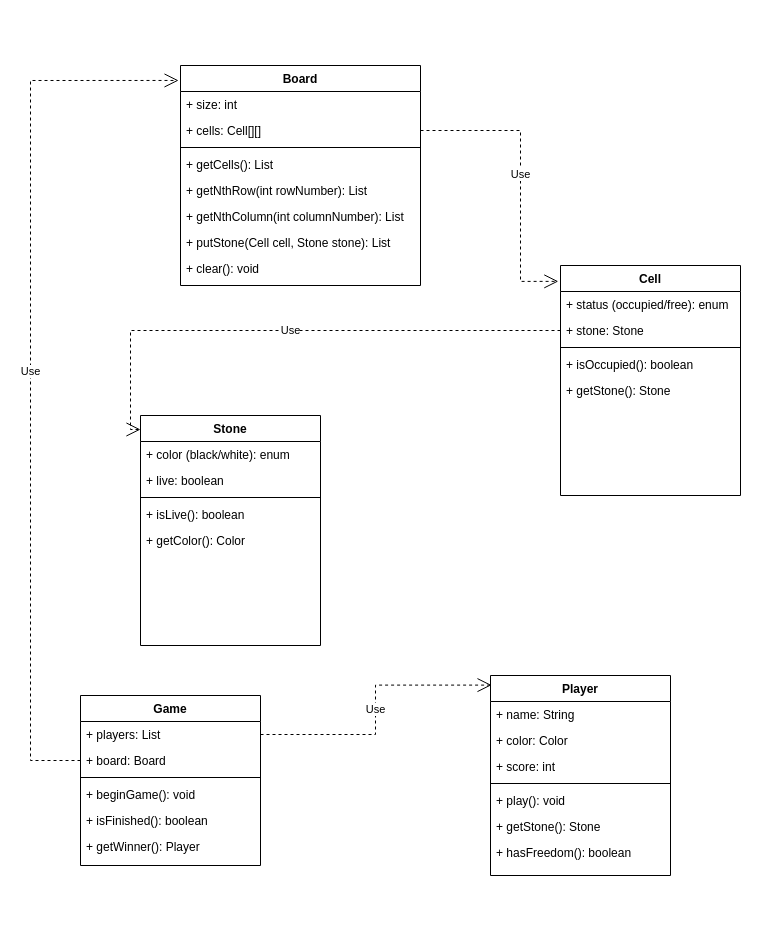
Earlier version of the draw.io diagram class_diagram.drawio (peiva-git/SDM_project). Source tidied: cells renumbered, new cells numbered last; positions are measured from the earlier drawing's top-left corner, leaving out a move shared by most shapes. Both pictures are drawn from the tidied source at 100%, with x=0, y=0 at pixel (30, 65).
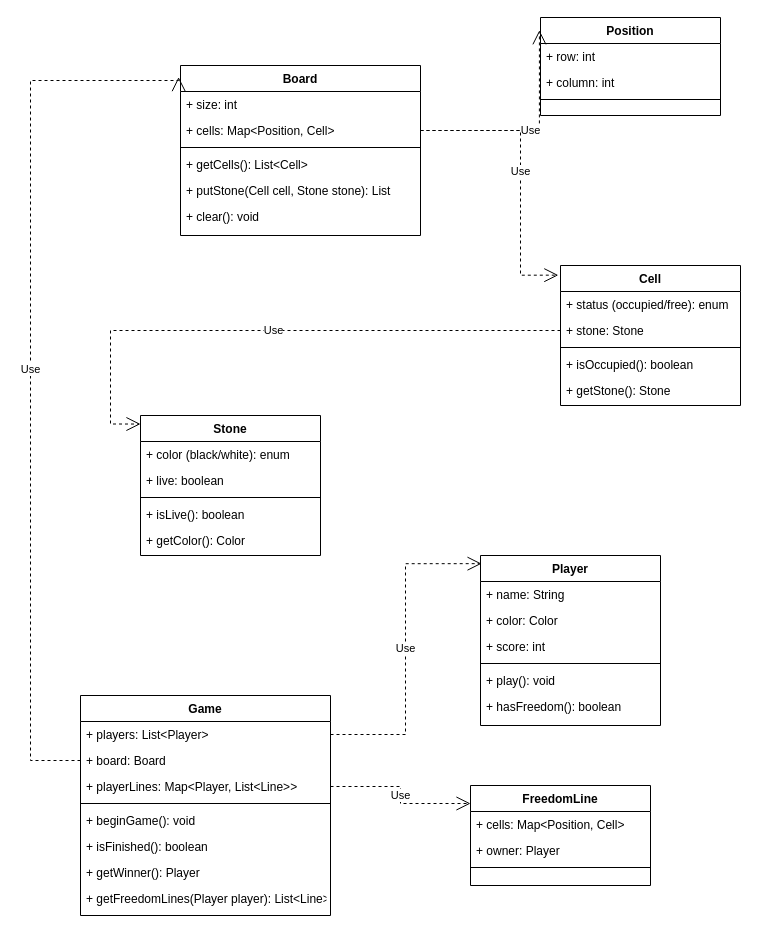
The same diagram, later.

Commit message:
Final preliminary class diagram

The change refers to these unchanged cells:
```xml
<mxCell id="13" value="+ stone: Stone" style="text;align=left;verticalAlign=top;spacingLeft=4;spacingRight=4;overflow=hidden;points=[[0,0.5],[1,0.5]];portConstraint=eastwest;" parent="11" vertex="1">
  <mxGeometry y="52" width="180" height="26" as="geometry" />
</mxCell>
```

The edit, as a diff of the source:
```diff
@@
     <mxCell id="2" value="Board" style="swimlane;fontStyle=1;align=center;verticalAlign=top;horizontal=1;startSize=26;rounded=0;shadow=0;strokeWidth=1;" parent="1" vertex="1">
-      <mxGeometry x="150" width="240" height="220" as="geometry" />
+      <mxGeometry x="150" width="240" height="170" as="geometry" />
     </mxCell>
@@
-    <mxCell id="4" value="+ cells: Cell[][]" style="text;align=left;verticalAlign=top;spacingLeft=4;spacingRight=4;overflow=hidden;points=[[0,0.5],[1,0.5]];portConstraint=eastwest;rounded=0;shadow=0;html=0;" parent="2" vertex="1">
+    <mxCell id="4" value="+ cells: Map&lt;Position, Cell&gt;" style="text;align=left;verticalAlign=top;spacingLeft=4;spacingRight=4;overflow=hidden;points=[[0,0.5],[1,0.5]];portConstraint=eastwest;rounded=0;shadow=0;html=0;" parent="2" vertex="1">
       <mxGeometry y="52" width="240" height="26" as="geometry" />
     </mxCell>
@@
-    <mxCell id="6" value="+ getCells(): List" style="text;align=left;verticalAlign=top;spacingLeft=4;spacingRight=4;overflow=hidden;" parent="2" vertex="1">
+    <mxCell id="6" value="+ getCells(): List&lt;Cell&gt;" style="text;align=left;verticalAlign=top;spacingLeft=4;spacingRight=4;overflow=hidden;" parent="2" vertex="1">
       <mxGeometry y="86" width="240" height="26" as="geometry" />
     </mxCell>
-    <mxCell id="7" value="+ getNthRow(int rowNumber): List" style="text;align=left;verticalAlign=top;spacingLeft=4;spacingRight=4;overflow=hidden;" parent="2" vertex="1">
-      <mxGeometry y="112" width="240" height="26" as="geometry" />
-    </mxCell>
-    <mxCell id="8" value="+ getNthColumn(int columnNumber): List" style="text;align=left;verticalAlign=top;spacingLeft=4;spacingRight=4;overflow=hidden;" parent="2" vertex="1">
-      <mxGeometry y="138" width="240" height="26" as="geometry" />
-    </mxCell>
     <mxCell id="9" value="+ putStone(Cell cell, Stone stone): List" style="text;align=left;verticalAlign=top;spacingLeft=4;spacingRight=4;overflow=hidden;" parent="2" vertex="1">
-      <mxGeometry y="164" width="240" height="26" as="geometry" />
+      <mxGeometry y="112" width="240" height="26" as="geometry" />
     </mxCell>
     <mxCell id="10" value="+ clear(): void" style="text;align=left;verticalAlign=top;spacingLeft=4;spacingRight=4;overflow=hidden;" parent="2" vertex="1">
-      <mxGeometry y="190" width="240" height="26" as="geometry" />
+      <mxGeometry y="138" width="240" height="26" as="geometry" />
     </mxCell>
     <mxCell id="11" value="Cell" style="swimlane;fontStyle=1;align=center;verticalAlign=top;horizontal=1;startSize=26;rounded=0;shadow=0;strokeWidth=1;" parent="1" vertex="1">
-      <mxGeometry x="530" y="200" width="180" height="230" as="geometry" />
+      <mxGeometry x="530" y="200" width="180" height="140" as="geometry" />
     </mxCell>
@@
     <mxCell id="17" value="Use" style="endArrow=open;endSize=12;dashed=1;html=1;rounded=0;exitX=1;exitY=0.5;exitDx=0;exitDy=0;entryX=-0.012;entryY=0.069;entryDx=0;entryDy=0;entryPerimeter=0;edgeStyle=orthogonalEdgeStyle;" parent="1" edge="1" source="4" target="11">
       <mxGeometry relative="1" as="geometry">
         <Array as="points">
           <mxPoint x="490" y="65" />
-          <mxPoint x="490" y="216" />
+          <mxPoint x="490" y="210" />
         </Array>
       </mxGeometry>
     </mxCell>
     <mxCell id="18" value="Use" style="endArrow=open;endSize=12;dashed=1;html=1;rounded=0;exitX=0;exitY=0.5;exitDx=0;exitDy=0;edgeStyle=orthogonalEdgeStyle;entryX=0;entryY=0.061;entryDx=0;entryDy=0;entryPerimeter=0;" parent="1" edge="1" source="13" target="19">
-      <mxGeometry relative="1" as="geometry" />
+      <mxGeometry relative="1" as="geometry">
+        <Array as="points">
+          <mxPoint x="80" y="265" />
+          <mxPoint x="80" y="359" />
+        </Array>
+      </mxGeometry>
     </mxCell>
     <mxCell id="19" value="Stone" style="swimlane;fontStyle=1;align=center;verticalAlign=top;horizontal=1;startSize=26;rounded=0;shadow=0;strokeWidth=1;" parent="1" vertex="1">
-      <mxGeometry x="110" y="350" width="180" height="230" as="geometry" />
+      <mxGeometry x="110" y="350" width="180" height="140" as="geometry" />
     </mxCell>
@@
     <mxCell id="25" value="Player" style="swimlane;fontStyle=1;align=center;verticalAlign=top;horizontal=1;startSize=26;rounded=0;shadow=0;strokeWidth=1;" parent="1" vertex="1">
-      <mxGeometry x="460" y="610" width="180" height="200" as="geometry" />
+      <mxGeometry x="450" y="490" width="180" height="170" as="geometry" />
     </mxCell>
@@
-    <mxCell id="31" value="+ getStone(): Stone" style="text;align=left;verticalAlign=top;spacingLeft=4;spacingRight=4;overflow=hidden;" parent="25" vertex="1">
-      <mxGeometry y="138" width="180" height="26" as="geometry" />
-    </mxCell>
     <mxCell id="32" value="+ hasFreedom(): boolean" style="text;align=left;verticalAlign=top;spacingLeft=4;spacingRight=4;overflow=hidden;" parent="25" vertex="1">
-      <mxGeometry y="164" width="180" height="26" as="geometry" />
+      <mxGeometry y="138" width="180" height="26" as="geometry" />
     </mxCell>
     <mxCell id="33" value="Game" style="swimlane;fontStyle=1;align=center;verticalAlign=top;horizontal=1;startSize=26;rounded=0;shadow=0;strokeWidth=1;" parent="1" vertex="1">
-      <mxGeometry x="50" y="630" width="180" height="170" as="geometry" />
+      <mxGeometry x="50" y="630" width="250" height="220" as="geometry" />
     </mxCell>
-    <mxCell id="34" value="+ players: List" style="text;align=left;verticalAlign=top;spacingLeft=4;spacingRight=4;overflow=hidden;points=[[0,0.5],[1,0.5]];portConstraint=eastwest;" parent="33" vertex="1">
-      <mxGeometry y="26" width="180" height="26" as="geometry" />
+    <mxCell id="34" value="+ players: List&lt;Player&gt;" style="text;align=left;verticalAlign=top;spacingLeft=4;spacingRight=4;overflow=hidden;points=[[0,0.5],[1,0.5]];portConstraint=eastwest;" parent="33" vertex="1">
+      <mxGeometry y="26" width="250" height="26" as="geometry" />
     </mxCell>
-    <mxCell id="35" value="+ board: Board" style="text;align=left;verticalAlign=top;spacingLeft=4;spacingRight=4;overflow=hidden;points=[[0,0.5],[1,0.5]];portConstraint=eastwest;" parent="33" vertex="1">
-      <mxGeometry y="52" width="180" height="26" as="geometry" />
+    <mxCell id="35" value="+ board: Board&#10;" style="text;align=left;verticalAlign=top;spacingLeft=4;spacingRight=4;overflow=hidden;points=[[0,0.5],[1,0.5]];portConstraint=eastwest;" parent="33" vertex="1">
+      <mxGeometry y="52" width="250" height="26" as="geometry" />
     </mxCell>
+    <mxCell id="42" value="+ playerLines: Map&lt;Player, List&lt;Line&gt;&gt;" style="text;align=left;verticalAlign=top;spacingLeft=4;spacingRight=4;overflow=hidden;points=[[0,0.5],[1,0.5]];portConstraint=eastwest;" parent="33" vertex="1">
+      <mxGeometry y="78" width="250" height="26" as="geometry" />
+    </mxCell>
     <mxCell id="36" style="line;html=1;strokeWidth=1;align=left;verticalAlign=middle;spacingTop=-1;spacingLeft=3;spacingRight=3;labelPosition=right;" parent="33" vertex="1">
-      <mxGeometry y="78" width="180" height="8" as="geometry" />
+      <mxGeometry y="104" width="250" height="8" as="geometry" />
     </mxCell>
     <mxCell id="37" value="+ beginGame(): void" style="text;align=left;verticalAlign=top;spacingLeft=4;spacingRight=4;overflow=hidden;" parent="33" vertex="1">
-      <mxGeometry y="86" width="180" height="26" as="geometry" />
+      <mxGeometry y="112" width="250" height="26" as="geometry" />
     </mxCell>
     <mxCell id="38" value="+ isFinished(): boolean" style="text;align=left;verticalAlign=top;spacingLeft=4;spacingRight=4;overflow=hidden;" parent="33" vertex="1">
-      <mxGeometry y="112" width="180" height="26" as="geometry" />
+      <mxGeometry y="138" width="250" height="26" as="geometry" />
     </mxCell>
     <mxCell id="39" value="+ getWinner(): Player" style="text;align=left;verticalAlign=top;spacingLeft=4;spacingRight=4;overflow=hidden;" parent="33" vertex="1">
-      <mxGeometry y="138" width="180" height="26" as="geometry" />
+      <mxGeometry y="164" width="250" height="26" as="geometry" />
     </mxCell>
+    <mxCell id="43" value="+ getFreedomLines(Player player): List&lt;Line&gt;" style="text;align=left;verticalAlign=top;spacingLeft=4;spacingRight=4;overflow=hidden;" parent="33" vertex="1">
+      <mxGeometry y="190" width="250" height="26" as="geometry" />
+    </mxCell>
@@
+    <mxCell id="44" value="Position" style="swimlane;fontStyle=1;align=center;verticalAlign=top;horizontal=1;startSize=26;rounded=0;shadow=0;strokeWidth=1;" parent="1" vertex="1">
+      <mxGeometry x="510" y="-48" width="180" height="98" as="geometry" />
+    </mxCell>
+    <mxCell id="45" value="+ row: int" style="text;align=left;verticalAlign=top;spacingLeft=4;spacingRight=4;overflow=hidden;" parent="44" vertex="1">
+      <mxGeometry y="26" width="180" height="26" as="geometry" />
+    </mxCell>
+    <mxCell id="46" value="+ column: int" style="text;align=left;verticalAlign=top;spacingLeft=4;spacingRight=4;overflow=hidden;" parent="44" vertex="1">
+      <mxGeometry y="52" width="180" height="26" as="geometry" />
+    </mxCell>
+    <mxCell id="47" style="line;html=1;strokeWidth=1;align=left;verticalAlign=middle;spacingTop=-1;spacingLeft=3;spacingRight=3;labelPosition=right;" parent="44" vertex="1">
+      <mxGeometry y="78" width="180" height="8" as="geometry" />
+    </mxCell>
+    <mxCell id="48" value="Use" style="endArrow=open;endSize=12;dashed=1;html=1;rounded=0;exitX=1;exitY=0.5;exitDx=0;exitDy=0;entryX=-0.006;entryY=0.13;entryDx=0;entryDy=0;entryPerimeter=0;edgeStyle=orthogonalEdgeStyle;" parent="1" edge="1" source="4" target="44">
+      <mxGeometry relative="1" as="geometry" />
+    </mxCell>
+    <mxCell id="49" value="FreedomLine" style="swimlane;fontStyle=1;align=center;verticalAlign=top;horizontal=1;startSize=26;rounded=0;shadow=0;strokeWidth=1;" parent="1" vertex="1">
+      <mxGeometry x="440" y="720" width="180" height="100" as="geometry" />
+    </mxCell>
+    <mxCell id="50" value="+ cells: Map&lt;Position, Cell&gt;" style="text;align=left;verticalAlign=top;spacingLeft=4;spacingRight=4;overflow=hidden;" parent="49" vertex="1">
+      <mxGeometry y="26" width="180" height="26" as="geometry" />
+    </mxCell>
+    <mxCell id="51" value="+ owner: Player" style="text;align=left;verticalAlign=top;spacingLeft=4;spacingRight=4;overflow=hidden;" parent="49" vertex="1">
+      <mxGeometry y="52" width="180" height="26" as="geometry" />
+    </mxCell>
+    <mxCell id="52" style="line;html=1;strokeWidth=1;align=left;verticalAlign=middle;spacingTop=-1;spacingLeft=3;spacingRight=3;labelPosition=right;" parent="49" vertex="1">
+      <mxGeometry y="78" width="180" height="8" as="geometry" />
+    </mxCell>
+    <mxCell id="53" value="Use" style="endArrow=open;endSize=12;dashed=1;html=1;rounded=0;exitX=1;exitY=0.5;exitDx=0;exitDy=0;entryX=0;entryY=0.18;entryDx=0;entryDy=0;entryPerimeter=0;edgeStyle=orthogonalEdgeStyle;" parent="1" edge="1" source="42" target="49">
+      <mxGeometry relative="1" as="geometry" />
+    </mxCell>
```
